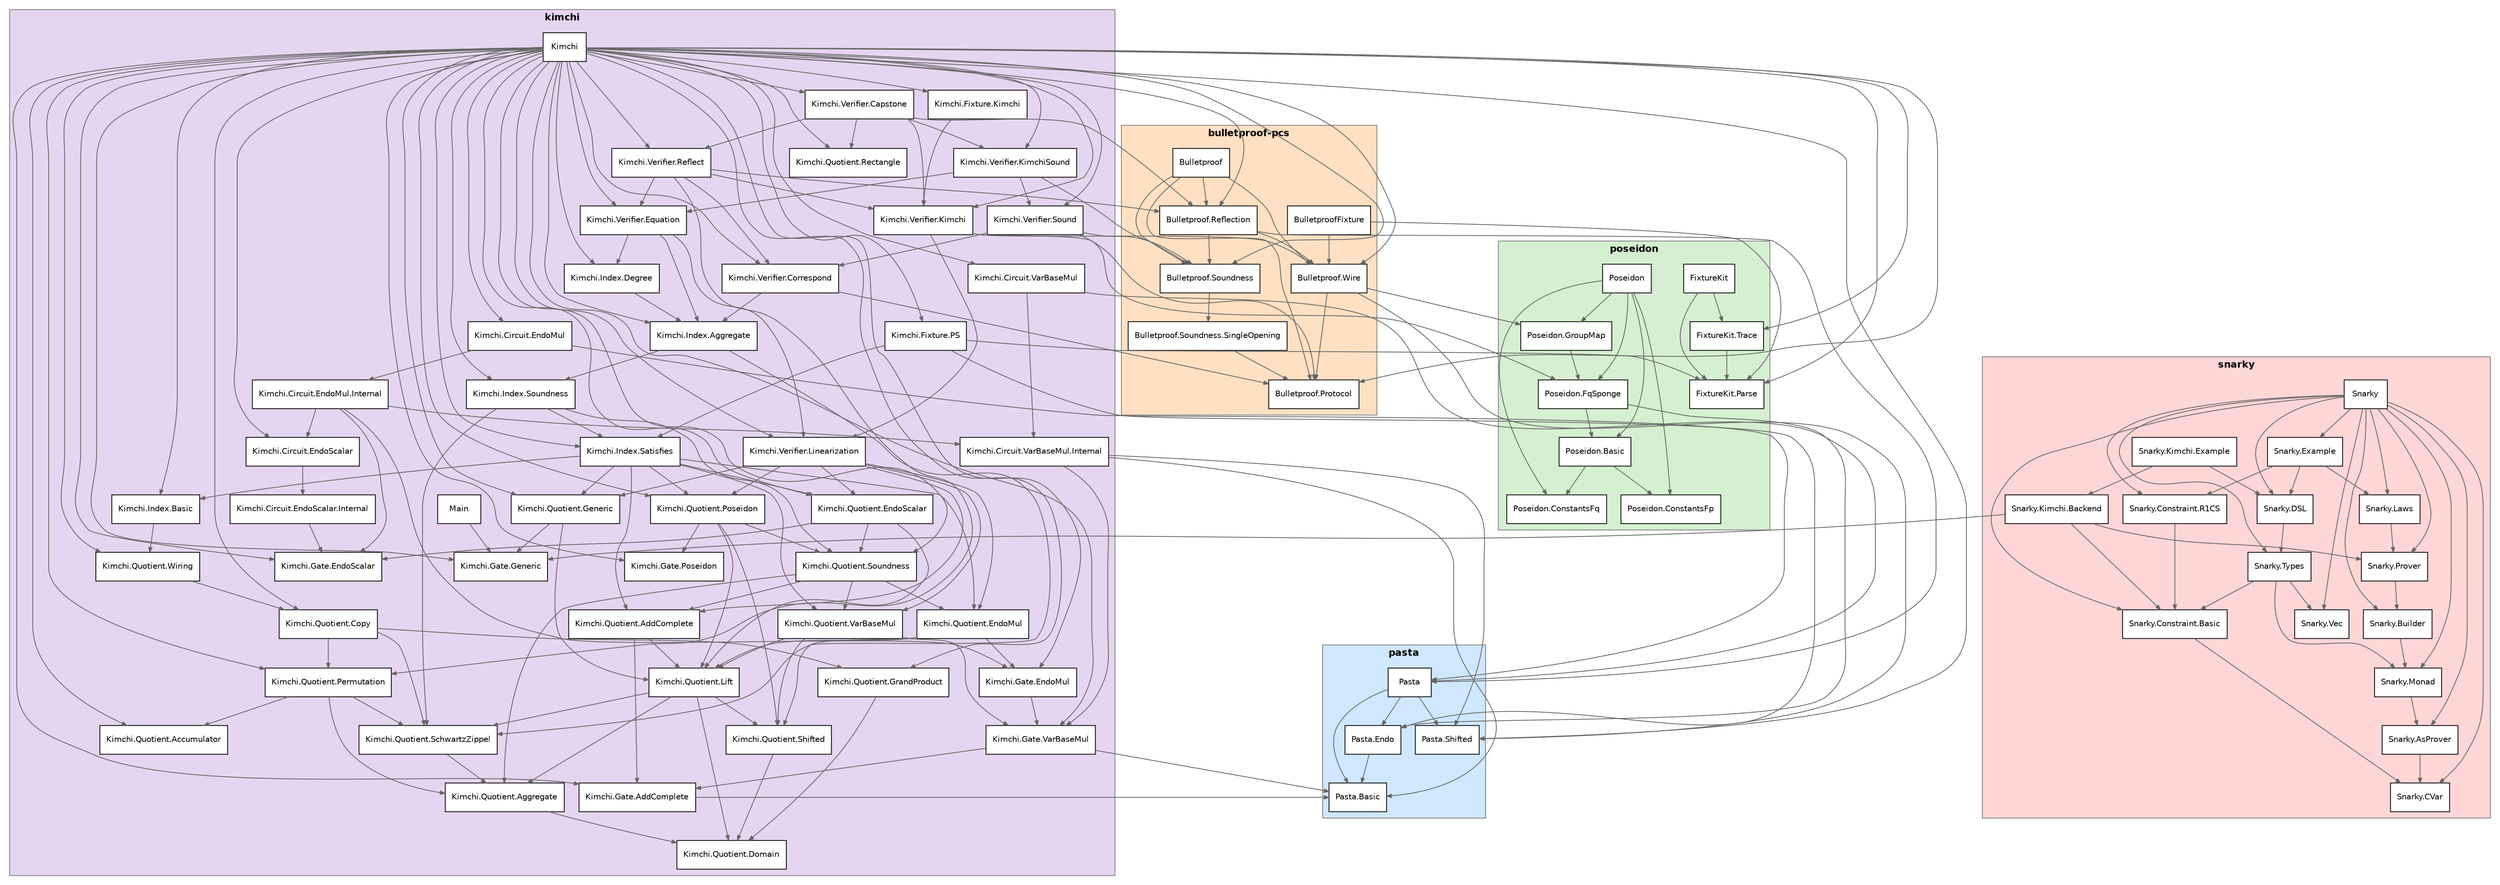
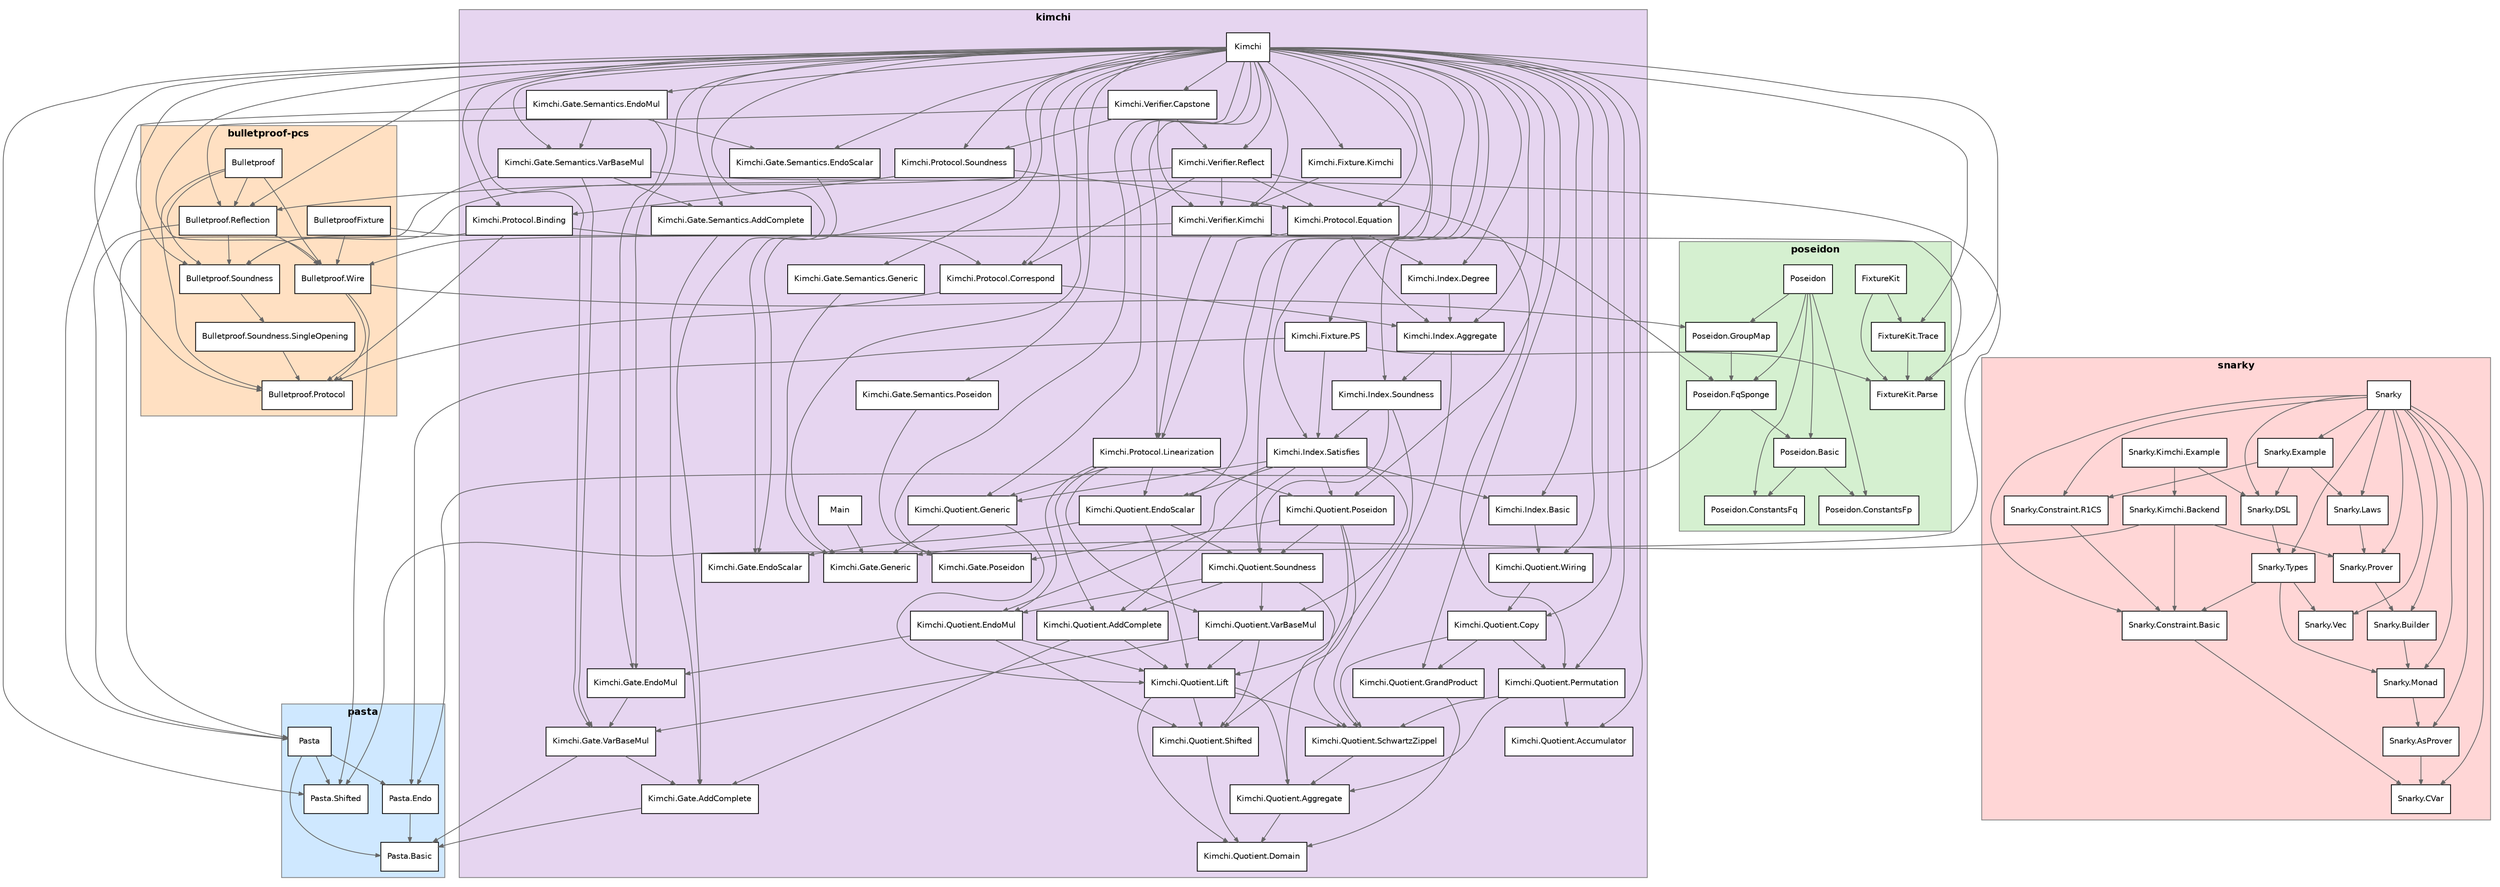
digraph "formal-modules" {
  rankdir=TB;
  node [shape=box, style=filled, fillcolor=white, fontsize=10, fontname="Helvetica"];
  edge [color=gray40, arrowsize=0.6];
  subgraph "cluster_pasta" {
    label="pasta"; style=filled; fillcolor="#cfe8ff";
    color=gray50; fontsize=12; fontname="Helvetica-Bold";
    "Pasta.Basic";
    "Pasta.Endo";
    "Pasta";
    "Pasta.Shifted";
  }
  subgraph "cluster_poseidon" {
    label="poseidon"; style=filled; fillcolor="#d5f0d0";
    color=gray50; fontsize=12; fontname="Helvetica-Bold";
    "FixtureKit";
    "FixtureKit.Parse";
    "FixtureKit.Trace";
    "Poseidon.Basic";
    "Poseidon.ConstantsFp";
    "Poseidon.ConstantsFq";
    "Poseidon.FqSponge";
    "Poseidon.GroupMap";
    "Poseidon";
  }
  subgraph "cluster_bulletproof-pcs" {
    label="bulletproof-pcs"; style=filled; fillcolor="#ffe0c2";
    color=gray50; fontsize=12; fontname="Helvetica-Bold";
    "BulletproofFixture";
    "Bulletproof";
    "Bulletproof.Protocol";
    "Bulletproof.Reflection";
    "Bulletproof.Soundness";
    "Bulletproof.Soundness.SingleOpening";
    "Bulletproof.Wire";
  }
  subgraph "cluster_kimchi" {
    label="kimchi"; style=filled; fillcolor="#e6d5f0";
    color=gray50; fontsize=12; fontname="Helvetica-Bold";
-     "Kimchi.Circuit.EndoMul.Internal";
-     "Kimchi.Circuit.EndoMul";
-     "Kimchi.Circuit.EndoScalar.Internal";
-     "Kimchi.Circuit.EndoScalar";
-     "Kimchi.Circuit.VarBaseMul.Internal";
-     "Kimchi.Circuit.VarBaseMul";
    "Kimchi.Fixture.Kimchi";
    "Kimchi.Fixture.PS";
    "Kimchi.Gate.AddComplete";
    "Kimchi.Gate.EndoMul";
    "Kimchi.Gate.EndoScalar";
    "Kimchi.Gate.Generic";
    "Kimchi.Gate.Poseidon";
+     "Kimchi.Gate.Semantics.AddComplete";
+     "Kimchi.Gate.Semantics.EndoMul";
+     "Kimchi.Gate.Semantics.EndoScalar";
+     "Kimchi.Gate.Semantics.Generic";
+     "Kimchi.Gate.Semantics.Poseidon";
+     "Kimchi.Gate.Semantics.VarBaseMul";
    "Kimchi.Gate.VarBaseMul";
    "Kimchi.Index.Aggregate";
    "Kimchi.Index.Basic";
    "Kimchi.Index.Degree";
    "Kimchi.Index.Satisfies";
    "Kimchi.Index.Soundness";
    "Kimchi";
+     "Kimchi.Protocol.Binding";
+     "Kimchi.Protocol.Correspond";
+     "Kimchi.Protocol.Equation";
+     "Kimchi.Protocol.Linearization";
+     "Kimchi.Protocol.Soundness";
    "Kimchi.Quotient.Accumulator";
    "Kimchi.Quotient.AddComplete";
    "Kimchi.Quotient.Aggregate";
    "Kimchi.Quotient.Copy";
    "Kimchi.Quotient.Domain";
    "Kimchi.Quotient.EndoMul";
    "Kimchi.Quotient.EndoScalar";
    "Kimchi.Quotient.Generic";
    "Kimchi.Quotient.GrandProduct";
    "Kimchi.Quotient.Lift";
    "Kimchi.Quotient.Permutation";
    "Kimchi.Quotient.Poseidon";
-     "Kimchi.Quotient.Rectangle";
    "Kimchi.Quotient.SchwartzZippel";
    "Kimchi.Quotient.Shifted";
    "Kimchi.Quotient.Soundness";
    "Kimchi.Quotient.VarBaseMul";
    "Kimchi.Quotient.Wiring";
    "Kimchi.Verifier.Capstone";
-     "Kimchi.Verifier.Correspond";
-     "Kimchi.Verifier.Equation";
    "Kimchi.Verifier.Kimchi";
-     "Kimchi.Verifier.KimchiSound";
-     "Kimchi.Verifier.Linearization";
    "Kimchi.Verifier.Reflect";
-     "Kimchi.Verifier.Sound";
    "Main";
  }
  subgraph "cluster_snarky" {
    label="snarky"; style=filled; fillcolor="#ffd6d6";
    color=gray50; fontsize=12; fontname="Helvetica-Bold";
    "Snarky.AsProver";
    "Snarky.Builder";
    "Snarky.Constraint.Basic";
    "Snarky.Constraint.R1CS";
    "Snarky.CVar";
    "Snarky.DSL";
    "Snarky.Example";
    "Snarky.Kimchi.Backend";
    "Snarky.Kimchi.Example";
    "Snarky.Laws";
    "Snarky";
    "Snarky.Monad";
    "Snarky.Prover";
    "Snarky.Types";
    "Snarky.Vec";
  }
  "Pasta.Endo" -> "Pasta.Basic";
  "Pasta" -> "Pasta.Basic";
  "Pasta" -> "Pasta.Endo";
  "Pasta" -> "Pasta.Shifted";
  "FixtureKit" -> "FixtureKit.Parse";
  "FixtureKit" -> "FixtureKit.Trace";
  "FixtureKit.Trace" -> "FixtureKit.Parse";
  "Poseidon.Basic" -> "Poseidon.ConstantsFq";
  "Poseidon.Basic" -> "Poseidon.ConstantsFp";
  "Poseidon.FqSponge" -> "Poseidon.Basic";
  "Poseidon.FqSponge" -> "Pasta.Endo";
  "Poseidon.GroupMap" -> "Poseidon.FqSponge";
  "Poseidon" -> "Poseidon.ConstantsFp";
  "Poseidon" -> "Poseidon.ConstantsFq";
  "Poseidon" -> "Poseidon.Basic";
  "Poseidon" -> "Poseidon.FqSponge";
  "Poseidon" -> "Poseidon.GroupMap";
  "BulletproofFixture" -> "Bulletproof.Wire";
  "BulletproofFixture" -> "FixtureKit.Parse";
  "Bulletproof" -> "Bulletproof.Protocol";
  "Bulletproof" -> "Bulletproof.Wire";
  "Bulletproof" -> "Bulletproof.Soundness";
  "Bulletproof" -> "Bulletproof.Reflection";
  "Bulletproof.Reflection" -> "Bulletproof.Wire";
  "Bulletproof.Reflection" -> "Bulletproof.Soundness";
  "Bulletproof.Reflection" -> "Pasta";
  "Bulletproof.Soundness" -> "Bulletproof.Soundness.SingleOpening";
  "Bulletproof.Soundness.SingleOpening" -> "Bulletproof.Protocol";
  "Bulletproof.Wire" -> "Pasta.Shifted";
  "Bulletproof.Wire" -> "Poseidon.GroupMap";
  "Bulletproof.Wire" -> "Bulletproof.Protocol";
-   "Kimchi.Circuit.EndoMul.Internal" -> "Kimchi.Gate.EndoMul";
-   "Kimchi.Circuit.EndoMul.Internal" -> "Kimchi.Gate.EndoScalar";
-   "Kimchi.Circuit.EndoMul.Internal" -> "Kimchi.Circuit.EndoScalar";
-   "Kimchi.Circuit.EndoMul.Internal" -> "Kimchi.Circuit.VarBaseMul.Internal";
-   "Kimchi.Circuit.EndoMul" -> "Kimchi.Circuit.EndoMul.Internal";
-   "Kimchi.Circuit.EndoMul" -> "Pasta";
-   "Kimchi.Circuit.EndoScalar.Internal" -> "Kimchi.Gate.EndoScalar";
-   "Kimchi.Circuit.EndoScalar" -> "Kimchi.Circuit.EndoScalar.Internal";
-   "Kimchi.Circuit.VarBaseMul.Internal" -> "Pasta.Basic";
-   "Kimchi.Circuit.VarBaseMul.Internal" -> "Kimchi.Gate.VarBaseMul";
-   "Kimchi.Circuit.VarBaseMul.Internal" -> "Pasta.Shifted";
-   "Kimchi.Circuit.VarBaseMul" -> "Kimchi.Circuit.VarBaseMul.Internal";
-   "Kimchi.Circuit.VarBaseMul" -> "Pasta";
  "Kimchi.Fixture.Kimchi" -> "Kimchi.Verifier.Kimchi";
  "Kimchi.Fixture.PS" -> "Kimchi.Index.Satisfies";
  "Kimchi.Fixture.PS" -> "FixtureKit.Parse";
  "Kimchi.Fixture.PS" -> "Pasta.Endo";
  "Kimchi.Gate.AddComplete" -> "Pasta.Basic";
  "Kimchi.Gate.EndoMul" -> "Kimchi.Gate.VarBaseMul";
+   "Kimchi.Gate.Semantics.AddComplete" -> "Kimchi.Gate.AddComplete";
+   "Kimchi.Gate.Semantics.EndoMul" -> "Kimchi.Gate.EndoMul";
+   "Kimchi.Gate.Semantics.EndoMul" -> "Kimchi.Gate.Semantics.VarBaseMul";
+   "Kimchi.Gate.Semantics.EndoMul" -> "Kimchi.Gate.Semantics.EndoScalar";
+   "Kimchi.Gate.Semantics.EndoMul" -> "Pasta";
+   "Kimchi.Gate.Semantics.EndoScalar" -> "Kimchi.Gate.EndoScalar";
+   "Kimchi.Gate.Semantics.Generic" -> "Kimchi.Gate.Generic";
+   "Kimchi.Gate.Semantics.Poseidon" -> "Kimchi.Gate.Poseidon";
+   "Kimchi.Gate.Semantics.VarBaseMul" -> "Kimchi.Gate.VarBaseMul";
+   "Kimchi.Gate.Semantics.VarBaseMul" -> "Kimchi.Gate.Semantics.AddComplete";
+   "Kimchi.Gate.Semantics.VarBaseMul" -> "Pasta";
+   "Kimchi.Gate.Semantics.VarBaseMul" -> "Pasta.Shifted";
  "Kimchi.Gate.VarBaseMul" -> "Pasta.Basic";
  "Kimchi.Gate.VarBaseMul" -> "Kimchi.Gate.AddComplete";
  "Kimchi.Index.Aggregate" -> "Kimchi.Index.Soundness";
  "Kimchi.Index.Aggregate" -> "Kimchi.Quotient.SchwartzZippel";
  "Kimchi.Index.Basic" -> "Kimchi.Quotient.Wiring";
  "Kimchi.Index.Degree" -> "Kimchi.Index.Aggregate";
  "Kimchi.Index.Satisfies" -> "Kimchi.Index.Basic";
  "Kimchi.Index.Satisfies" -> "Kimchi.Quotient.Generic";
  "Kimchi.Index.Satisfies" -> "Kimchi.Quotient.Poseidon";
  "Kimchi.Index.Satisfies" -> "Kimchi.Quotient.AddComplete";
  "Kimchi.Index.Satisfies" -> "Kimchi.Quotient.VarBaseMul";
  "Kimchi.Index.Satisfies" -> "Kimchi.Quotient.EndoMul";
  "Kimchi.Index.Satisfies" -> "Kimchi.Quotient.EndoScalar";
  "Kimchi.Index.Soundness" -> "Kimchi.Index.Satisfies";
  "Kimchi.Index.Soundness" -> "Kimchi.Quotient.Soundness";
  "Kimchi.Index.Soundness" -> "Kimchi.Quotient.SchwartzZippel";
  "Kimchi" -> "Pasta.Shifted";
  "Kimchi" -> "Kimchi.Gate.Generic";
  "Kimchi" -> "Kimchi.Gate.AddComplete";
  "Kimchi" -> "Kimchi.Gate.VarBaseMul";
  "Kimchi" -> "Kimchi.Gate.EndoScalar";
  "Kimchi" -> "Kimchi.Gate.EndoMul";
  "Kimchi" -> "Kimchi.Gate.Poseidon";
-   "Kimchi" -> "Kimchi.Circuit.VarBaseMul";
-   "Kimchi" -> "Kimchi.Circuit.EndoScalar";
-   "Kimchi" -> "Kimchi.Circuit.EndoMul";
+   "Kimchi" -> "Kimchi.Gate.Semantics.Generic";
+   "Kimchi" -> "Kimchi.Gate.Semantics.AddComplete";
+   "Kimchi" -> "Kimchi.Gate.Semantics.VarBaseMul";
+   "Kimchi" -> "Kimchi.Gate.Semantics.EndoScalar";
+   "Kimchi" -> "Kimchi.Gate.Semantics.EndoMul";
+   "Kimchi" -> "Kimchi.Gate.Semantics.Poseidon";
  "Kimchi" -> "Bulletproof.Protocol";
  "Kimchi" -> "Bulletproof.Soundness";
  "Kimchi" -> "Kimchi.Quotient.Generic";
  "Kimchi" -> "Kimchi.Quotient.EndoScalar";
  "Kimchi" -> "Kimchi.Quotient.Poseidon";
  "Kimchi" -> "Kimchi.Quotient.Accumulator";
  "Kimchi" -> "Kimchi.Quotient.Copy";
  "Kimchi" -> "Kimchi.Index.Basic";
  "Kimchi" -> "Kimchi.Index.Satisfies";
  "Kimchi" -> "Kimchi.Index.Aggregate";
  "Kimchi" -> "Kimchi.Index.Degree";
  "Kimchi" -> "Kimchi.Index.Soundness";
  "Kimchi" -> "Kimchi.Quotient.Wiring";
  "Kimchi" -> "Kimchi.Quotient.Permutation";
  "Kimchi" -> "Kimchi.Quotient.GrandProduct";
  "Kimchi" -> "Kimchi.Quotient.Soundness";
  "Kimchi" -> "Kimchi.Fixture.Kimchi";
  "Kimchi" -> "Kimchi.Fixture.PS";
  "Kimchi" -> "FixtureKit.Parse";
  "Kimchi" -> "FixtureKit.Trace";
  "Kimchi" -> "Bulletproof.Wire";
-   "Kimchi" -> "Kimchi.Verifier.Linearization";
+   "Kimchi" -> "Kimchi.Protocol.Linearization";
+   "Kimchi" -> "Kimchi.Protocol.Equation";
+   "Kimchi" -> "Kimchi.Protocol.Correspond";
+   "Kimchi" -> "Kimchi.Protocol.Binding";
+   "Kimchi" -> "Kimchi.Protocol.Soundness";
+   "Kimchi" -> "Bulletproof.Reflection";
  "Kimchi" -> "Kimchi.Verifier.Kimchi";
-   "Kimchi" -> "Kimchi.Verifier.Correspond";
-   "Kimchi" -> "Kimchi.Verifier.Sound";
-   "Kimchi" -> "Kimchi.Verifier.KimchiSound";
-   "Kimchi" -> "Kimchi.Verifier.Equation";
-   "Kimchi" -> "Kimchi.Quotient.Rectangle";
-   "Kimchi" -> "Bulletproof.Reflection";
  "Kimchi" -> "Kimchi.Verifier.Reflect";
  "Kimchi" -> "Kimchi.Verifier.Capstone";
+   "Kimchi.Protocol.Binding" -> "Bulletproof.Protocol";
+   "Kimchi.Protocol.Binding" -> "Bulletproof.Soundness";
+   "Kimchi.Protocol.Binding" -> "Kimchi.Protocol.Correspond";
+   "Kimchi.Protocol.Correspond" -> "Kimchi.Index.Aggregate";
+   "Kimchi.Protocol.Correspond" -> "Bulletproof.Protocol";
+   "Kimchi.Protocol.Equation" -> "Kimchi.Protocol.Linearization";
+   "Kimchi.Protocol.Equation" -> "Kimchi.Index.Aggregate";
+   "Kimchi.Protocol.Equation" -> "Kimchi.Index.Degree";
+   "Kimchi.Protocol.Linearization" -> "Kimchi.Quotient.Generic";
+   "Kimchi.Protocol.Linearization" -> "Kimchi.Quotient.Poseidon";
+   "Kimchi.Protocol.Linearization" -> "Kimchi.Quotient.AddComplete";
+   "Kimchi.Protocol.Linearization" -> "Kimchi.Quotient.VarBaseMul";
+   "Kimchi.Protocol.Linearization" -> "Kimchi.Quotient.EndoMul";
+   "Kimchi.Protocol.Linearization" -> "Kimchi.Quotient.EndoScalar";
+   "Kimchi.Protocol.Soundness" -> "Bulletproof.Soundness";
+   "Kimchi.Protocol.Soundness" -> "Kimchi.Protocol.Binding";
+   "Kimchi.Protocol.Soundness" -> "Kimchi.Protocol.Equation";
  "Kimchi.Quotient.AddComplete" -> "Kimchi.Quotient.Lift";
  "Kimchi.Quotient.AddComplete" -> "Kimchi.Gate.AddComplete";
  "Kimchi.Quotient.Aggregate" -> "Kimchi.Quotient.Domain";
  "Kimchi.Quotient.Copy" -> "Kimchi.Quotient.GrandProduct";
  "Kimchi.Quotient.Copy" -> "Kimchi.Quotient.Permutation";
  "Kimchi.Quotient.Copy" -> "Kimchi.Quotient.SchwartzZippel";
  "Kimchi.Quotient.EndoMul" -> "Kimchi.Quotient.Lift";
  "Kimchi.Quotient.EndoMul" -> "Kimchi.Quotient.Shifted";
  "Kimchi.Quotient.EndoMul" -> "Kimchi.Gate.EndoMul";
  "Kimchi.Quotient.EndoScalar" -> "Kimchi.Quotient.Lift";
  "Kimchi.Quotient.EndoScalar" -> "Kimchi.Quotient.Soundness";
  "Kimchi.Quotient.EndoScalar" -> "Kimchi.Gate.EndoScalar";
  "Kimchi.Quotient.Generic" -> "Kimchi.Quotient.Lift";
  "Kimchi.Quotient.Generic" -> "Kimchi.Gate.Generic";
  "Kimchi.Quotient.GrandProduct" -> "Kimchi.Quotient.Domain";
  "Kimchi.Quotient.Lift" -> "Kimchi.Quotient.Domain";
  "Kimchi.Quotient.Lift" -> "Kimchi.Quotient.Shifted";
  "Kimchi.Quotient.Lift" -> "Kimchi.Quotient.Aggregate";
  "Kimchi.Quotient.Lift" -> "Kimchi.Quotient.SchwartzZippel";
  "Kimchi.Quotient.Permutation" -> "Kimchi.Quotient.Accumulator";
  "Kimchi.Quotient.Permutation" -> "Kimchi.Quotient.Aggregate";
  "Kimchi.Quotient.Permutation" -> "Kimchi.Quotient.SchwartzZippel";
  "Kimchi.Quotient.Poseidon" -> "Kimchi.Quotient.Lift";
  "Kimchi.Quotient.Poseidon" -> "Kimchi.Quotient.Shifted";
  "Kimchi.Quotient.Poseidon" -> "Kimchi.Quotient.Soundness";
  "Kimchi.Quotient.Poseidon" -> "Kimchi.Gate.Poseidon";
  "Kimchi.Quotient.SchwartzZippel" -> "Kimchi.Quotient.Aggregate";
  "Kimchi.Quotient.Shifted" -> "Kimchi.Quotient.Domain";
  "Kimchi.Quotient.Soundness" -> "Kimchi.Quotient.Aggregate";
  "Kimchi.Quotient.Soundness" -> "Kimchi.Quotient.AddComplete";
  "Kimchi.Quotient.Soundness" -> "Kimchi.Quotient.VarBaseMul";
  "Kimchi.Quotient.Soundness" -> "Kimchi.Quotient.EndoMul";
  "Kimchi.Quotient.VarBaseMul" -> "Kimchi.Quotient.Lift";
  "Kimchi.Quotient.VarBaseMul" -> "Kimchi.Quotient.Shifted";
  "Kimchi.Quotient.VarBaseMul" -> "Kimchi.Gate.VarBaseMul";
  "Kimchi.Quotient.Wiring" -> "Kimchi.Quotient.Copy";
-   "Kimchi.Verifier.Capstone" -> "Kimchi.Verifier.KimchiSound";
+   "Kimchi.Verifier.Capstone" -> "Kimchi.Protocol.Soundness";
  "Kimchi.Verifier.Capstone" -> "Kimchi.Verifier.Kimchi";
  "Kimchi.Verifier.Capstone" -> "Bulletproof.Reflection";
  "Kimchi.Verifier.Capstone" -> "Kimchi.Verifier.Reflect";
-   "Kimchi.Verifier.Capstone" -> "Kimchi.Quotient.Rectangle";
-   "Kimchi.Verifier.Correspond" -> "Kimchi.Index.Aggregate";
-   "Kimchi.Verifier.Correspond" -> "Bulletproof.Protocol";
-   "Kimchi.Verifier.Equation" -> "Kimchi.Verifier.Linearization";
-   "Kimchi.Verifier.Equation" -> "Kimchi.Index.Aggregate";
-   "Kimchi.Verifier.Equation" -> "Kimchi.Index.Degree";
  "Kimchi.Verifier.Kimchi" -> "Bulletproof.Wire";
-   "Kimchi.Verifier.Kimchi" -> "Kimchi.Verifier.Linearization";
+   "Kimchi.Verifier.Kimchi" -> "Kimchi.Protocol.Linearization";
  "Kimchi.Verifier.Kimchi" -> "Poseidon.FqSponge";
-   "Kimchi.Verifier.KimchiSound" -> "Bulletproof.Soundness";
-   "Kimchi.Verifier.KimchiSound" -> "Kimchi.Verifier.Sound";
-   "Kimchi.Verifier.KimchiSound" -> "Kimchi.Verifier.Equation";
-   "Kimchi.Verifier.Linearization" -> "Kimchi.Quotient.Generic";
-   "Kimchi.Verifier.Linearization" -> "Kimchi.Quotient.Poseidon";
-   "Kimchi.Verifier.Linearization" -> "Kimchi.Quotient.AddComplete";
-   "Kimchi.Verifier.Linearization" -> "Kimchi.Quotient.VarBaseMul";
-   "Kimchi.Verifier.Linearization" -> "Kimchi.Quotient.EndoMul";
-   "Kimchi.Verifier.Linearization" -> "Kimchi.Quotient.EndoScalar";
  "Kimchi.Verifier.Reflect" -> "Kimchi.Verifier.Kimchi";
  "Kimchi.Verifier.Reflect" -> "Bulletproof.Reflection";
-   "Kimchi.Verifier.Reflect" -> "Kimchi.Verifier.Correspond";
-   "Kimchi.Verifier.Reflect" -> "Kimchi.Verifier.Equation";
+   "Kimchi.Verifier.Reflect" -> "Kimchi.Protocol.Correspond";
+   "Kimchi.Verifier.Reflect" -> "Kimchi.Protocol.Equation";
  "Kimchi.Verifier.Reflect" -> "Kimchi.Quotient.Permutation";
-   "Kimchi.Verifier.Sound" -> "Bulletproof.Protocol";
-   "Kimchi.Verifier.Sound" -> "Bulletproof.Soundness";
-   "Kimchi.Verifier.Sound" -> "Kimchi.Verifier.Correspond";
  "Main" -> "Kimchi.Gate.Generic";
  "Snarky.AsProver" -> "Snarky.CVar";
  "Snarky.Builder" -> "Snarky.Monad";
  "Snarky.Constraint.Basic" -> "Snarky.CVar";
  "Snarky.Constraint.R1CS" -> "Snarky.Constraint.Basic";
  "Snarky.DSL" -> "Snarky.Types";
  "Snarky.Example" -> "Snarky.DSL";
  "Snarky.Example" -> "Snarky.Constraint.R1CS";
  "Snarky.Example" -> "Snarky.Laws";
  "Snarky.Kimchi.Backend" -> "Snarky.Constraint.Basic";
  "Snarky.Kimchi.Backend" -> "Snarky.Prover";
  "Snarky.Kimchi.Backend" -> "Kimchi.Gate.Generic";
  "Snarky.Kimchi.Example" -> "Snarky.Kimchi.Backend";
  "Snarky.Kimchi.Example" -> "Snarky.DSL";
  "Snarky.Laws" -> "Snarky.Prover";
  "Snarky" -> "Snarky.CVar";
  "Snarky" -> "Snarky.AsProver";
  "Snarky" -> "Snarky.Monad";
  "Snarky" -> "Snarky.Builder";
  "Snarky" -> "Snarky.Prover";
  "Snarky" -> "Snarky.Vec";
  "Snarky" -> "Snarky.Constraint.Basic";
  "Snarky" -> "Snarky.Constraint.R1CS";
  "Snarky" -> "Snarky.Types";
  "Snarky" -> "Snarky.DSL";
  "Snarky" -> "Snarky.Laws";
  "Snarky" -> "Snarky.Example";
  "Snarky.Monad" -> "Snarky.AsProver";
  "Snarky.Prover" -> "Snarky.Builder";
  "Snarky.Types" -> "Snarky.Monad";
  "Snarky.Types" -> "Snarky.Vec";
  "Snarky.Types" -> "Snarky.Constraint.Basic";
}
